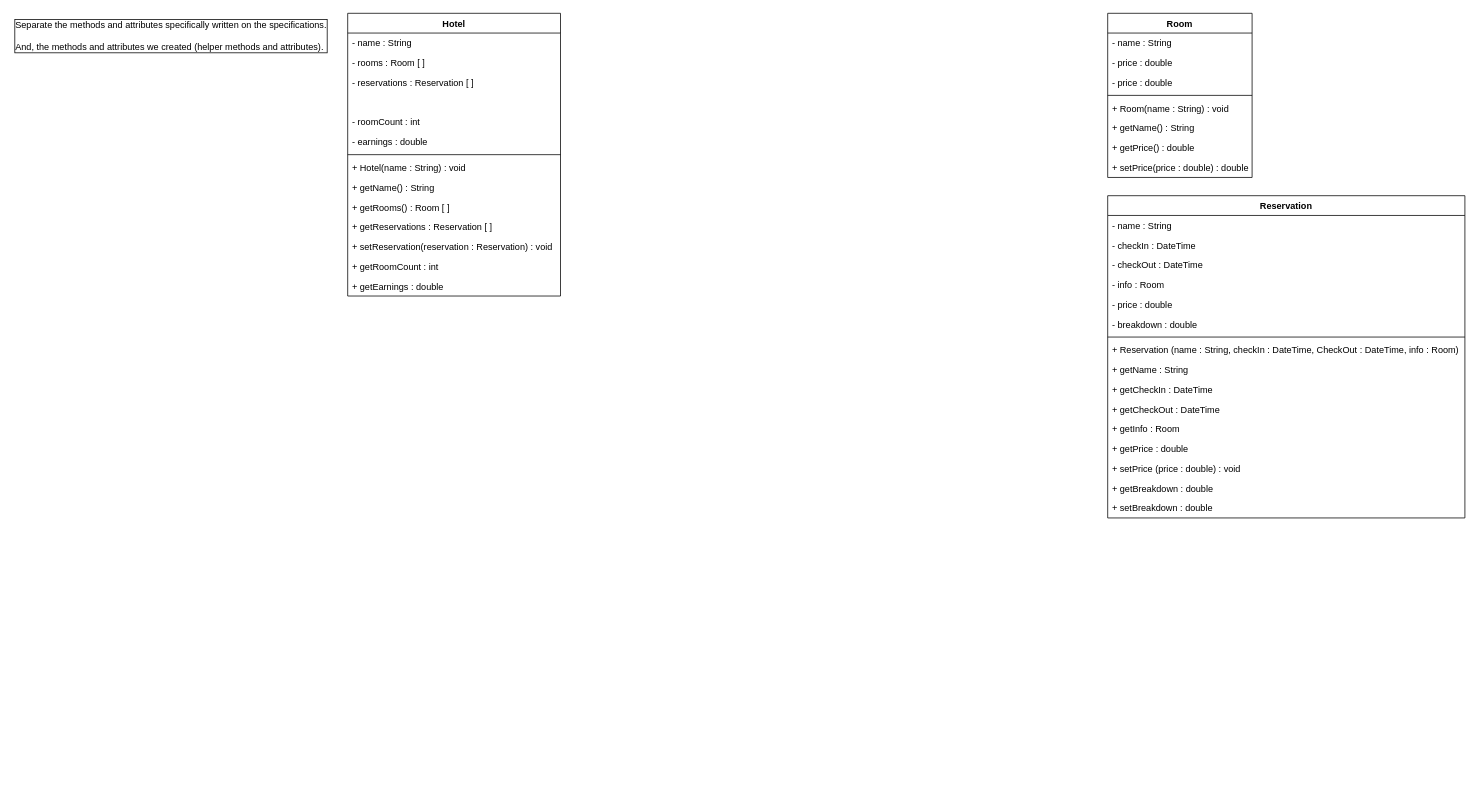
The draw.io diagram docs/UML.drawio in zrygan/CCPROG3-MCOs, before the edit. Source tidied: cells renumbered, new cells numbered last; positions are measured from the earlier drawing's top-left corner, leaving out a move shared by most shapes. Both pictures are drawn from the tidied source at 76%, with x=0, y=0 at pixel (13, 13).
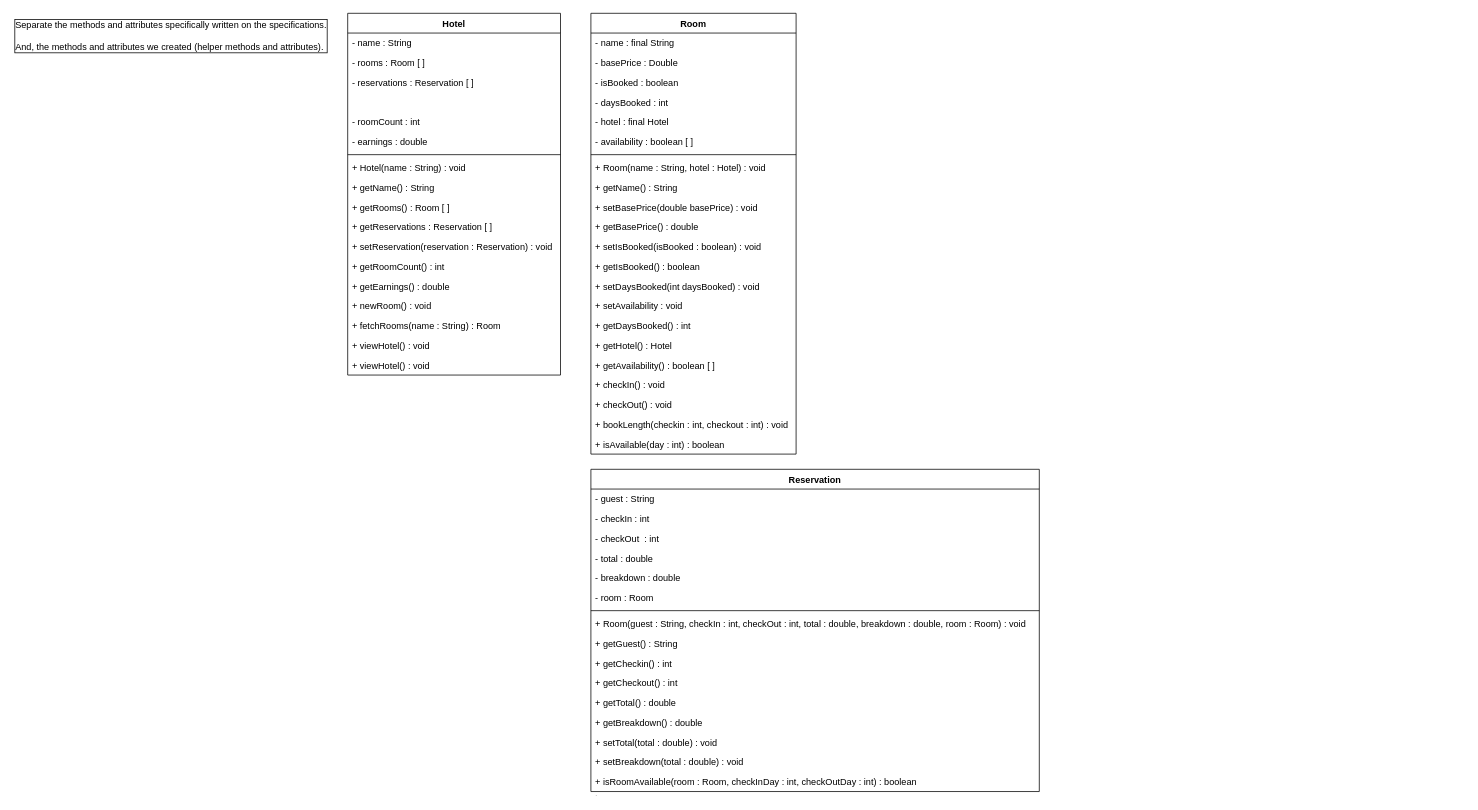
The same page after the edit.

Commit message:
Added UML with current codebase

The edit, as a diff of the source:
```diff
@@
     <mxCell id="2" value="Hotel" style="swimlane;fontStyle=1;align=center;verticalAlign=top;horizontal=1;startSize=26;" parent="1" vertex="1">
-      <mxGeometry x="440" width="280" height="372" as="geometry" />
+      <mxGeometry x="440" width="280" height="476" as="geometry" />
     </mxCell>
@@
-    <mxCell id="15" value="+ getRoomCount : int" style="text;strokeColor=none;fillColor=none;align=left;verticalAlign=top;spacingLeft=4;spacingRight=4;overflow=hidden;" parent="2" vertex="1">
+    <mxCell id="15" value="+ getRoomCount() : int" style="text;strokeColor=none;fillColor=none;align=left;verticalAlign=top;spacingLeft=4;spacingRight=4;overflow=hidden;" parent="2" vertex="1">
       <mxGeometry y="320" width="280" height="26" as="geometry" />
     </mxCell>
-    <mxCell id="16" value="+ getEarnings : double" style="text;strokeColor=none;fillColor=none;align=left;verticalAlign=top;spacingLeft=4;spacingRight=4;overflow=hidden;" parent="2" vertex="1">
+    <mxCell id="16" value="+ getEarnings() : double" style="text;strokeColor=none;fillColor=none;align=left;verticalAlign=top;spacingLeft=4;spacingRight=4;overflow=hidden;" parent="2" vertex="1">
       <mxGeometry y="346" width="280" height="26" as="geometry" />
     </mxCell>
+    <mxCell id="44" value="+ newRoom() : void" style="text;strokeColor=none;fillColor=none;align=left;verticalAlign=top;spacingLeft=4;spacingRight=4;overflow=hidden;" parent="2" vertex="1">
+      <mxGeometry y="372" width="280" height="26" as="geometry" />
+    </mxCell>
+    <mxCell id="45" value="+ fetchRooms(name : String) : Room" style="text;strokeColor=none;fillColor=none;align=left;verticalAlign=top;spacingLeft=4;spacingRight=4;overflow=hidden;" parent="2" vertex="1">
+      <mxGeometry y="398" width="280" height="26" as="geometry" />
+    </mxCell>
+    <mxCell id="46" value="+ viewHotel() : void" style="text;strokeColor=none;fillColor=none;align=left;verticalAlign=top;spacingLeft=4;spacingRight=4;overflow=hidden;" parent="2" vertex="1">
+      <mxGeometry y="424" width="280" height="26" as="geometry" />
+    </mxCell>
+    <mxCell id="47" value="+ viewHotel() : void" style="text;strokeColor=none;fillColor=none;align=left;verticalAlign=top;spacingLeft=4;spacingRight=4;overflow=hidden;" parent="2" vertex="1">
+      <mxGeometry y="450" width="280" height="26" as="geometry" />
+    </mxCell>
@@
-    <mxCell id="18" value="Room" style="swimlane;fontStyle=1;align=center;verticalAlign=top;horizontal=1;startSize=26;labelBackgroundColor=none;labelBorderColor=none;" parent="1" vertex="1">
-      <mxGeometry x="1440" width="190" height="216" as="geometry" />
+    <mxCell id="18" value="Room" style="swimlane;fontStyle=1;align=center;verticalAlign=top;horizontal=1;startSize=26;" parent="1" vertex="1">
+      <mxGeometry x="760" width="270" height="580" as="geometry" />
     </mxCell>
-    <mxCell id="19" value="- name : String" style="text;strokeColor=none;fillColor=none;align=left;verticalAlign=top;spacingLeft=4;spacingRight=4;overflow=hidden;labelBackgroundColor=none;labelBorderColor=none;" parent="18" vertex="1">
-      <mxGeometry y="26" width="190" height="26" as="geometry" />
-    </mxCell>
-    <mxCell id="20" value="- price : double" style="text;strokeColor=none;fillColor=none;align=left;verticalAlign=top;spacingLeft=4;spacingRight=4;overflow=hidden;labelBackgroundColor=none;labelBorderColor=none;" parent="18" vertex="1">
-      <mxGeometry y="52" width="190" height="26" as="geometry" />
-    </mxCell>
-    <mxCell id="21" value="- price : double" style="text;strokeColor=none;fillColor=none;align=left;verticalAlign=top;spacingLeft=4;spacingRight=4;overflow=hidden;labelBackgroundColor=none;labelBorderColor=none;" parent="18" vertex="1">
-      <mxGeometry y="78" width="190" height="26" as="geometry" />
-    </mxCell>
-    <mxCell id="22" style="line;strokeWidth=1;fillColor=none;align=left;verticalAlign=middle;spacingTop=-1;spacingLeft=3;spacingRight=3;labelPosition=right;strokeColor=inherit;labelBackgroundColor=default;labelBorderColor=default;" parent="18" vertex="1">
-      <mxGeometry y="104" width="190" height="8" as="geometry" />
-    </mxCell>
-    <mxCell id="23" value="+ Room(name : String) : void" style="text;strokeColor=none;fillColor=none;align=left;verticalAlign=top;spacingLeft=4;spacingRight=4;overflow=hidden;labelBackgroundColor=none;labelBorderColor=none;" parent="18" vertex="1">
-      <mxGeometry y="112" width="190" height="26" as="geometry" />
-    </mxCell>
+    <mxCell id="48" value="- name : final String" style="text;strokeColor=none;fillColor=none;align=left;verticalAlign=top;spacingLeft=4;spacingRight=4;overflow=hidden;" parent="18" vertex="1">
+      <mxGeometry y="26" width="270" height="26" as="geometry" />
+    </mxCell>
+    <mxCell id="49" value="- basePrice : Double" style="text;strokeColor=none;fillColor=none;align=left;verticalAlign=top;spacingLeft=4;spacingRight=4;overflow=hidden;" parent="18" vertex="1">
+      <mxGeometry y="52" width="270" height="26" as="geometry" />
+    </mxCell>
+    <mxCell id="50" value="- isBooked : boolean" style="text;strokeColor=none;fillColor=none;align=left;verticalAlign=top;spacingLeft=4;spacingRight=4;overflow=hidden;" parent="18" vertex="1">
+      <mxGeometry y="78" width="270" height="26" as="geometry" />
+    </mxCell>
+    <mxCell id="51" value="- daysBooked : int" style="text;strokeColor=none;fillColor=none;align=left;verticalAlign=top;spacingLeft=4;spacingRight=4;overflow=hidden;" parent="18" vertex="1">
+      <mxGeometry y="104" width="270" height="26" as="geometry" />
+    </mxCell>
+    <mxCell id="52" value="- hotel : final Hotel" style="text;strokeColor=none;fillColor=none;align=left;verticalAlign=top;spacingLeft=4;spacingRight=4;overflow=hidden;" parent="18" vertex="1">
+      <mxGeometry y="130" width="270" height="26" as="geometry" />
+    </mxCell>
+    <mxCell id="53" value="- availability : boolean [ ]" style="text;strokeColor=none;fillColor=none;align=left;verticalAlign=top;spacingLeft=4;spacingRight=4;overflow=hidden;" parent="18" vertex="1">
+      <mxGeometry y="156" width="270" height="26" as="geometry" />
+    </mxCell>
+    <mxCell id="54" style="line;strokeWidth=1;fillColor=none;align=left;verticalAlign=middle;spacingTop=-1;spacingLeft=3;spacingRight=3;labelPosition=right;strokeColor=inherit;" parent="18" vertex="1">
+      <mxGeometry y="182" width="270" height="8" as="geometry" />
+    </mxCell>
+    <mxCell id="55" value="+ Room(name : String, hotel : Hotel) : void" style="text;strokeColor=none;fillColor=none;align=left;verticalAlign=top;spacingLeft=4;spacingRight=4;overflow=hidden;" parent="18" vertex="1">
+      <mxGeometry y="190" width="270" height="26" as="geometry" />
+    </mxCell>
-    <mxCell id="24" value="+ getName() : String" style="text;strokeColor=none;fillColor=none;align=left;verticalAlign=top;spacingLeft=4;spacingRight=4;overflow=hidden;labelBackgroundColor=none;labelBorderColor=none;" parent="18" vertex="1">
-      <mxGeometry y="138" width="190" height="26" as="geometry" />
+    <mxCell id="24" value="+ getName() : String" style="text;strokeColor=none;fillColor=none;align=left;verticalAlign=top;spacingLeft=4;spacingRight=4;overflow=hidden;" parent="18" vertex="1">
+      <mxGeometry y="216" width="270" height="26" as="geometry" />
     </mxCell>
-    <mxCell id="25" value="+ getPrice() : double" style="text;strokeColor=none;fillColor=none;align=left;verticalAlign=top;spacingLeft=4;spacingRight=4;overflow=hidden;labelBackgroundColor=none;labelBorderColor=none;" parent="18" vertex="1">
-      <mxGeometry y="164" width="190" height="26" as="geometry" />
-    </mxCell>
-    <mxCell id="26" value="+ setPrice(price : double) : double" style="text;strokeColor=none;fillColor=none;align=left;verticalAlign=top;spacingLeft=4;spacingRight=4;overflow=hidden;labelBackgroundColor=none;labelBorderColor=none;" parent="18" vertex="1">
-      <mxGeometry y="190" width="190" height="26" as="geometry" />
-    </mxCell>
+    <mxCell id="56" value="+ setBasePrice(double basePrice) : void" style="text;strokeColor=none;fillColor=none;align=left;verticalAlign=top;spacingLeft=4;spacingRight=4;overflow=hidden;" parent="18" vertex="1">
+      <mxGeometry y="242" width="270" height="26" as="geometry" />
+    </mxCell>
+    <mxCell id="57" value="+ getBasePrice() : double" style="text;strokeColor=none;fillColor=none;align=left;verticalAlign=top;spacingLeft=4;spacingRight=4;overflow=hidden;" parent="18" vertex="1">
+      <mxGeometry y="268" width="270" height="26" as="geometry" />
+    </mxCell>
+    <mxCell id="58" value="+ setIsBooked(isBooked : boolean) : void" style="text;strokeColor=none;fillColor=none;align=left;verticalAlign=top;spacingLeft=4;spacingRight=4;overflow=hidden;" parent="18" vertex="1">
+      <mxGeometry y="294" width="270" height="26" as="geometry" />
+    </mxCell>
+    <mxCell id="59" value="+ getIsBooked() : boolean" style="text;strokeColor=none;fillColor=none;align=left;verticalAlign=top;spacingLeft=4;spacingRight=4;overflow=hidden;" parent="18" vertex="1">
+      <mxGeometry y="320" width="270" height="26" as="geometry" />
+    </mxCell>
+    <mxCell id="60" value="+ setDaysBooked(int daysBooked) : void" style="text;strokeColor=none;fillColor=none;align=left;verticalAlign=top;spacingLeft=4;spacingRight=4;overflow=hidden;" parent="18" vertex="1">
+      <mxGeometry y="346" width="270" height="26" as="geometry" />
+    </mxCell>
+    <mxCell id="61" value="+ setAvailability : void" style="text;strokeColor=none;fillColor=none;align=left;verticalAlign=top;spacingLeft=4;spacingRight=4;overflow=hidden;" parent="18" vertex="1">
+      <mxGeometry y="372" width="270" height="26" as="geometry" />
+    </mxCell>
+    <mxCell id="62" value="+ getDaysBooked() : int" style="text;strokeColor=none;fillColor=none;align=left;verticalAlign=top;spacingLeft=4;spacingRight=4;overflow=hidden;" parent="18" vertex="1">
+      <mxGeometry y="398" width="270" height="26" as="geometry" />
+    </mxCell>
+    <mxCell id="63" value="+ getHotel() : Hotel" style="text;strokeColor=none;fillColor=none;align=left;verticalAlign=top;spacingLeft=4;spacingRight=4;overflow=hidden;" parent="18" vertex="1">
+      <mxGeometry y="424" width="270" height="26" as="geometry" />
+    </mxCell>
+    <mxCell id="64" value="+ getAvailability() : boolean [ ]" style="text;strokeColor=none;fillColor=none;align=left;verticalAlign=top;spacingLeft=4;spacingRight=4;overflow=hidden;" parent="18" vertex="1">
+      <mxGeometry y="450" width="270" height="26" as="geometry" />
+    </mxCell>
+    <mxCell id="65" value="+ checkIn() : void" style="text;strokeColor=none;fillColor=none;align=left;verticalAlign=top;spacingLeft=4;spacingRight=4;overflow=hidden;" parent="18" vertex="1">
+      <mxGeometry y="476" width="270" height="26" as="geometry" />
+    </mxCell>
+    <mxCell id="66" value="+ checkOut() : void" style="text;strokeColor=none;fillColor=none;align=left;verticalAlign=top;spacingLeft=4;spacingRight=4;overflow=hidden;" parent="18" vertex="1">
+      <mxGeometry y="502" width="270" height="26" as="geometry" />
+    </mxCell>
+    <mxCell id="67" value="+ bookLength(checkin : int, checkout : int) : void" style="text;strokeColor=none;fillColor=none;align=left;verticalAlign=top;spacingLeft=4;spacingRight=4;overflow=hidden;" parent="18" vertex="1">
+      <mxGeometry y="528" width="270" height="26" as="geometry" />
+    </mxCell>
+    <mxCell id="68" value="+ isAvailable(day : int) : boolean" style="text;strokeColor=none;fillColor=none;align=left;verticalAlign=top;spacingLeft=4;spacingRight=4;overflow=hidden;" parent="18" vertex="1">
+      <mxGeometry y="554" width="270" height="26" as="geometry" />
+    </mxCell>
-    <mxCell id="27" value="Reservation" style="swimlane;fontStyle=1;align=center;verticalAlign=top;horizontal=1;startSize=26;labelBackgroundColor=none;labelBorderColor=none;" parent="1" vertex="1">
-      <mxGeometry x="1440" y="240" width="470" height="424" as="geometry" />
+    <mxCell id="27" value="Reservation" style="swimlane;fontStyle=1;align=center;verticalAlign=top;horizontal=1;startSize=26;" parent="1" vertex="1">
+      <mxGeometry x="760" y="600" width="590" height="424" as="geometry" />
     </mxCell>
-    <mxCell id="28" value="- name : String" style="text;strokeColor=none;fillColor=none;align=left;verticalAlign=top;spacingLeft=4;spacingRight=4;overflow=hidden;labelBackgroundColor=none;labelBorderColor=none;" parent="27" vertex="1">
-      <mxGeometry y="26" width="470" height="26" as="geometry" />
-    </mxCell>
-    <mxCell id="29" value="- checkIn : DateTime" style="text;strokeColor=none;fillColor=none;align=left;verticalAlign=top;spacingLeft=4;spacingRight=4;overflow=hidden;labelBackgroundColor=none;labelBorderColor=none;" parent="27" vertex="1">
-      <mxGeometry y="52" width="470" height="26" as="geometry" />
-    </mxCell>
-    <mxCell id="30" value="- checkOut : DateTime" style="text;strokeColor=none;fillColor=none;align=left;verticalAlign=top;spacingLeft=4;spacingRight=4;overflow=hidden;labelBackgroundColor=none;labelBorderColor=none;" parent="27" vertex="1">
-      <mxGeometry y="78" width="470" height="26" as="geometry" />
-    </mxCell>
-    <mxCell id="31" value="- info : Room" style="text;strokeColor=none;fillColor=none;align=left;verticalAlign=top;spacingLeft=4;spacingRight=4;overflow=hidden;labelBackgroundColor=none;labelBorderColor=none;" parent="27" vertex="1">
-      <mxGeometry y="104" width="470" height="26" as="geometry" />
-    </mxCell>
-    <mxCell id="32" value="- price : double" style="text;strokeColor=none;fillColor=none;align=left;verticalAlign=top;spacingLeft=4;spacingRight=4;overflow=hidden;labelBackgroundColor=none;labelBorderColor=none;" parent="27" vertex="1">
-      <mxGeometry y="130" width="470" height="26" as="geometry" />
-    </mxCell>
+    <mxCell id="69" value="- guest : String" style="text;strokeColor=none;fillColor=none;align=left;verticalAlign=top;spacingLeft=4;spacingRight=4;overflow=hidden;" parent="27" vertex="1">
+      <mxGeometry y="26" width="590" height="26" as="geometry" />
+    </mxCell>
+    <mxCell id="70" value="- checkIn : int" style="text;strokeColor=none;fillColor=none;align=left;verticalAlign=top;spacingLeft=4;spacingRight=4;overflow=hidden;" parent="27" vertex="1">
+      <mxGeometry y="52" width="590" height="26" as="geometry" />
+    </mxCell>
+    <mxCell id="71" value="- checkOut  : int" style="text;strokeColor=none;fillColor=none;align=left;verticalAlign=top;spacingLeft=4;spacingRight=4;overflow=hidden;" parent="27" vertex="1">
+      <mxGeometry y="78" width="590" height="26" as="geometry" />
+    </mxCell>
+    <mxCell id="72" value="- total : double" style="text;strokeColor=none;fillColor=none;align=left;verticalAlign=top;spacingLeft=4;spacingRight=4;overflow=hidden;" parent="27" vertex="1">
+      <mxGeometry y="104" width="590" height="26" as="geometry" />
+    </mxCell>
-    <mxCell id="33" value="- breakdown : double" style="text;strokeColor=none;fillColor=none;align=left;verticalAlign=top;spacingLeft=4;spacingRight=4;overflow=hidden;labelBackgroundColor=none;labelBorderColor=none;" parent="27" vertex="1">
-      <mxGeometry y="156" width="470" height="26" as="geometry" />
+    <mxCell id="33" value="- breakdown : double" style="text;strokeColor=none;fillColor=none;align=left;verticalAlign=top;spacingLeft=4;spacingRight=4;overflow=hidden;" parent="27" vertex="1">
+      <mxGeometry y="130" width="590" height="26" as="geometry" />
     </mxCell>
-    <mxCell id="34" style="line;strokeWidth=1;fillColor=none;align=left;verticalAlign=middle;spacingTop=-1;spacingLeft=3;spacingRight=3;labelPosition=right;strokeColor=inherit;labelBackgroundColor=none;labelBorderColor=none;" parent="27" vertex="1">
-      <mxGeometry y="182" width="470" height="8" as="geometry" />
-    </mxCell>
-    <mxCell id="35" value="+ Reservation (name : String, checkIn : DateTime, CheckOut : DateTime, info : Room)" style="text;strokeColor=none;fillColor=none;align=left;verticalAlign=top;spacingLeft=4;spacingRight=4;overflow=hidden;labelBackgroundColor=none;labelBorderColor=none;" parent="27" vertex="1">
-      <mxGeometry y="190" width="470" height="26" as="geometry" />
-    </mxCell>
-    <mxCell id="36" value="+ getName : String" style="text;strokeColor=none;fillColor=none;align=left;verticalAlign=top;spacingLeft=4;spacingRight=4;overflow=hidden;labelBackgroundColor=none;labelBorderColor=none;" parent="27" vertex="1">
-      <mxGeometry y="216" width="470" height="26" as="geometry" />
-    </mxCell>
-    <mxCell id="37" value="+ getCheckIn : DateTime" style="text;strokeColor=none;fillColor=none;align=left;verticalAlign=top;spacingLeft=4;spacingRight=4;overflow=hidden;labelBackgroundColor=none;labelBorderColor=none;" parent="27" vertex="1">
-      <mxGeometry y="242" width="470" height="26" as="geometry" />
-    </mxCell>
-    <mxCell id="38" value="+ getCheckOut : DateTime" style="text;strokeColor=none;fillColor=none;align=left;verticalAlign=top;spacingLeft=4;spacingRight=4;overflow=hidden;labelBackgroundColor=none;labelBorderColor=none;" parent="27" vertex="1">
-      <mxGeometry y="268" width="470" height="26" as="geometry" />
-    </mxCell>
-    <mxCell id="39" value="+ getInfo : Room" style="text;strokeColor=none;fillColor=none;align=left;verticalAlign=top;spacingLeft=4;spacingRight=4;overflow=hidden;labelBackgroundColor=none;labelBorderColor=none;" parent="27" vertex="1">
-      <mxGeometry y="294" width="470" height="26" as="geometry" />
-    </mxCell>
-    <mxCell id="40" value="+ getPrice : double" style="text;strokeColor=none;fillColor=none;align=left;verticalAlign=top;spacingLeft=4;spacingRight=4;overflow=hidden;labelBackgroundColor=none;labelBorderColor=none;" parent="27" vertex="1">
-      <mxGeometry y="320" width="470" height="26" as="geometry" />
-    </mxCell>
-    <mxCell id="41" value="+ setPrice (price : double) : void" style="text;strokeColor=none;fillColor=none;align=left;verticalAlign=top;spacingLeft=4;spacingRight=4;overflow=hidden;labelBackgroundColor=none;labelBorderColor=none;" parent="27" vertex="1">
-      <mxGeometry y="346" width="470" height="26" as="geometry" />
-    </mxCell>
-    <mxCell id="42" value="+ getBreakdown : double" style="text;strokeColor=none;fillColor=none;align=left;verticalAlign=top;spacingLeft=4;spacingRight=4;overflow=hidden;labelBackgroundColor=none;labelBorderColor=none;" parent="27" vertex="1">
-      <mxGeometry y="372" width="470" height="26" as="geometry" />
-    </mxCell>
-    <mxCell id="43" value="+ setBreakdown : double" style="text;strokeColor=none;fillColor=none;align=left;verticalAlign=top;spacingLeft=4;spacingRight=4;overflow=hidden;labelBackgroundColor=none;labelBorderColor=none;" parent="27" vertex="1">
-      <mxGeometry y="398" width="470" height="26" as="geometry" />
-    </mxCell>
+    <mxCell id="73" value="- room : Room" style="text;strokeColor=none;fillColor=none;align=left;verticalAlign=top;spacingLeft=4;spacingRight=4;overflow=hidden;" parent="27" vertex="1">
+      <mxGeometry y="156" width="590" height="26" as="geometry" />
+    </mxCell>
+    <mxCell id="74" style="line;strokeWidth=1;fillColor=none;align=left;verticalAlign=middle;spacingTop=-1;spacingLeft=3;spacingRight=3;labelPosition=right;strokeColor=inherit;" parent="27" vertex="1">
+      <mxGeometry y="182" width="590" height="8" as="geometry" />
+    </mxCell>
+    <mxCell id="75" value="+ Room(guest : String, checkIn : int, checkOut : int, total : double, breakdown : double, room : Room) : void" style="text;strokeColor=none;fillColor=none;align=left;verticalAlign=top;spacingLeft=4;spacingRight=4;overflow=hidden;" parent="27" vertex="1">
+      <mxGeometry y="190" width="590" height="26" as="geometry" />
+    </mxCell>
+    <mxCell id="76" value="+ getGuest() : String" style="text;strokeColor=none;fillColor=none;align=left;verticalAlign=top;spacingLeft=4;spacingRight=4;overflow=hidden;" parent="27" vertex="1">
+      <mxGeometry y="216" width="590" height="26" as="geometry" />
+    </mxCell>
+    <mxCell id="77" value="+ getCheckin() : int" style="text;strokeColor=none;fillColor=none;align=left;verticalAlign=top;spacingLeft=4;spacingRight=4;overflow=hidden;" parent="27" vertex="1">
+      <mxGeometry y="242" width="590" height="26" as="geometry" />
+    </mxCell>
+    <mxCell id="78" value="+ getCheckout() : int" style="text;strokeColor=none;fillColor=none;align=left;verticalAlign=top;spacingLeft=4;spacingRight=4;overflow=hidden;" parent="27" vertex="1">
+      <mxGeometry y="268" width="590" height="26" as="geometry" />
+    </mxCell>
+    <mxCell id="79" value="+ getTotal() : double" style="text;strokeColor=none;fillColor=none;align=left;verticalAlign=top;spacingLeft=4;spacingRight=4;overflow=hidden;" parent="27" vertex="1">
+      <mxGeometry y="294" width="590" height="26" as="geometry" />
+    </mxCell>
+    <mxCell id="80" value="+ getBreakdown() : double" style="text;strokeColor=none;fillColor=none;align=left;verticalAlign=top;spacingLeft=4;spacingRight=4;overflow=hidden;" parent="27" vertex="1">
+      <mxGeometry y="320" width="590" height="26" as="geometry" />
+    </mxCell>
+    <mxCell id="81" value="+ setTotal(total : double) : void" style="text;strokeColor=none;fillColor=none;align=left;verticalAlign=top;spacingLeft=4;spacingRight=4;overflow=hidden;" parent="27" vertex="1">
+      <mxGeometry y="346" width="590" height="26" as="geometry" />
+    </mxCell>
+    <mxCell id="82" value="+ setBreakdown(total : double) : void" style="text;strokeColor=none;fillColor=none;align=left;verticalAlign=top;spacingLeft=4;spacingRight=4;overflow=hidden;" parent="27" vertex="1">
+      <mxGeometry y="372" width="590" height="26" as="geometry" />
+    </mxCell>
+    <mxCell id="83" value="+ isRoomAvailable(room : Room, checkInDay : int, checkOutDay : int) : boolean&#10;, " style="text;strokeColor=none;fillColor=none;align=left;verticalAlign=top;spacingLeft=4;spacingRight=4;overflow=hidden;" parent="27" vertex="1">
+      <mxGeometry y="398" width="590" height="26" as="geometry" />
+    </mxCell>
```
